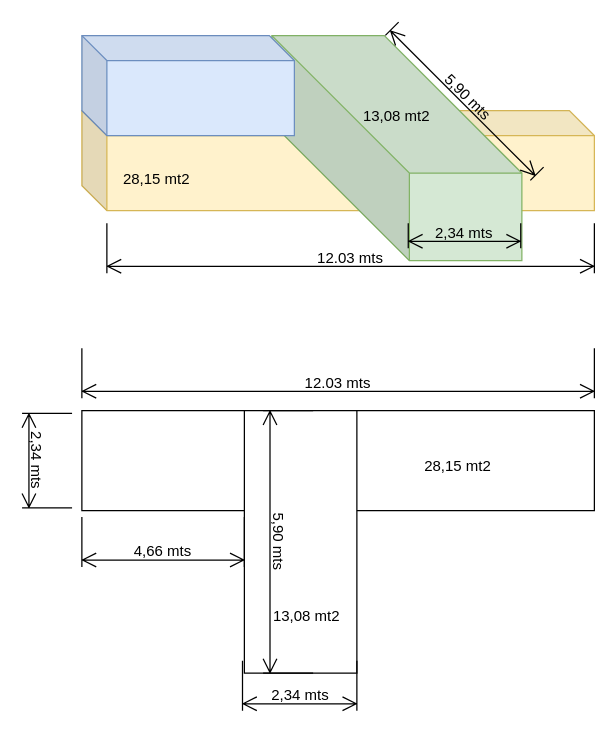
Above: Casa.drawio in lcastrose/architecture (draw.io), before the change. Source tidied: cells renumbered, new cells numbered last; positions are measured from the earlier drawing's top-left corner, leaving out a move shared by most shapes. Both pictures are drawn from the tidied source at 125%, with x=0, y=0 at pixel (-1, 35).
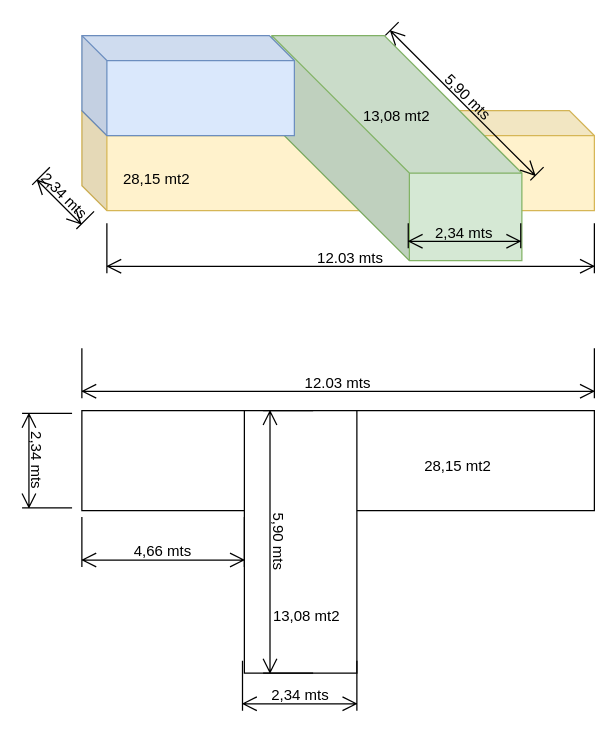
The same diagram, later.

What changed in the source:
```diff
@@
 <mxGraphModel>
   <root>
     <mxCell id="0" />
     <mxCell id="1" parent="0" />
     <mxCell id="2" style="shape=cube;whiteSpace=wrap;html=1;boundedLbl=1;backgroundOutline=1;darkOpacity=0.05;darkOpacity2=0.1;size=20;fillColor=#fff2cc;strokeColor=#d6b656;" parent="1" vertex="1">
       <mxGeometry x="66" y="60" width="410" height="80" as="geometry" />
     </mxCell>
     <mxCell id="3" style="shape=cube;whiteSpace=wrap;html=1;boundedLbl=1;backgroundOutline=1;darkOpacity=0.05;darkOpacity2=0.1;size=110;fillColor=#d5e8d4;strokeColor=#82b366;" parent="1" vertex="1">
       <mxGeometry x="218" width="200" height="180" as="geometry" />
     </mxCell>
     <mxCell id="4" style="rounded=0;whiteSpace=wrap;html=1;" parent="1" vertex="1">
       <mxGeometry x="66" y="300" width="410" height="80" as="geometry" />
     </mxCell>
     <mxCell id="5" style="rounded=0;whiteSpace=wrap;html=1;" parent="1" vertex="1">
       <mxGeometry x="196" y="300" width="90" height="210" as="geometry" />
     </mxCell>
     <mxCell id="6" value="12.03 mts" style="shape=dimension;whiteSpace=wrap;html=1;align=center;verticalAlign=bottom;spacingBottom=3;labelBackgroundColor=none;" parent="1" vertex="1">
       <mxGeometry x="86" y="150" width="390" height="40" as="geometry" />
     </mxCell>
     <mxCell id="7" value="5,90 mts" style="shape=dimension;whiteSpace=wrap;html=1;align=center;verticalAlign=bottom;spacingBottom=3;labelBackgroundColor=none;rotation=45;" parent="1" vertex="1">
       <mxGeometry x="290.1" y="45" width="164" height="15" as="geometry" />
     </mxCell>
     <mxCell id="8" value="2,34 mts" style="shape=dimension;whiteSpace=wrap;html=1;align=center;verticalAlign=bottom;spacingBottom=3;labelBackgroundColor=none;" parent="1" vertex="1">
       <mxGeometry x="327.1" y="150" width="90" height="20" as="geometry" />
     </mxCell>
     <mxCell id="9" value="12.03 mts" style="shape=dimension;whiteSpace=wrap;html=1;align=center;verticalAlign=bottom;spacingBottom=3;labelBackgroundColor=none;" parent="1" vertex="1">
       <mxGeometry x="66" y="250" width="410" height="40" as="geometry" />
     </mxCell>
     <mxCell id="10" value="2,34 mts" style="shape=dimension;whiteSpace=wrap;html=1;align=center;verticalAlign=bottom;spacingBottom=3;labelBackgroundColor=none;" parent="1" vertex="1">
       <mxGeometry x="194.5" y="500" width="91.5" height="40" as="geometry" />
     </mxCell>
     <mxCell id="11" value="2,34 mts" style="shape=dimension;whiteSpace=wrap;html=1;align=center;verticalAlign=bottom;spacingBottom=3;labelBackgroundColor=none;rotation=90;" parent="1" vertex="1">
       <mxGeometry x="0.3" y="320" width="75.7" height="40" as="geometry" />
     </mxCell>
     <mxCell id="12" value="5,90 mts" style="shape=dimension;whiteSpace=wrap;html=1;align=center;verticalAlign=bottom;spacingBottom=3;labelBackgroundColor=none;rotation=90;" parent="1" vertex="1">
       <mxGeometry x="126" y="385" width="210" height="40" as="geometry" />
     </mxCell>
     <mxCell id="13" value="28,15 mt2" style="text;html=1;align=center;verticalAlign=middle;whiteSpace=wrap;rounded=0;" parent="1" vertex="1">
       <mxGeometry x="86" y="100" width="80" height="30" as="geometry" />
     </mxCell>
     <mxCell id="14" value="13,08 mt2" style="text;html=1;align=center;verticalAlign=middle;whiteSpace=wrap;rounded=0;" parent="1" vertex="1">
       <mxGeometry x="278" y="50" width="80" height="30" as="geometry" />
     </mxCell>
     <mxCell id="15" value="13,08 mt2" style="text;html=1;align=center;verticalAlign=middle;whiteSpace=wrap;rounded=0;" parent="1" vertex="1">
       <mxGeometry x="206" y="450" width="80" height="30" as="geometry" />
     </mxCell>
     <mxCell id="16" value="28,15 mt2" style="text;html=1;align=center;verticalAlign=middle;whiteSpace=wrap;rounded=0;" parent="1" vertex="1">
       <mxGeometry x="327.1" y="330" width="80" height="30" as="geometry" />
     </mxCell>
     <mxCell id="17" style="shape=cube;whiteSpace=wrap;html=1;boundedLbl=1;backgroundOutline=1;darkOpacity=0.05;darkOpacity2=0.1;size=20;fillColor=#dae8fc;strokeColor=#6c8ebf;" parent="1" vertex="1">
       <mxGeometry x="66" width="170" height="80" as="geometry" />
     </mxCell>
     <mxCell id="18" value="4,66 mts" style="shape=dimension;whiteSpace=wrap;html=1;align=center;verticalAlign=bottom;spacingBottom=3;labelBackgroundColor=none;" parent="1" vertex="1">
       <mxGeometry x="66" y="385" width="130" height="40" as="geometry" />
     </mxCell>
+    <mxCell id="19" value="2,34 mts" style="shape=dimension;whiteSpace=wrap;html=1;align=center;verticalAlign=bottom;spacingBottom=3;labelBackgroundColor=none;rotation=45;" parent="1" vertex="1">
+      <mxGeometry x="26" y="120" width="50" height="20" as="geometry" />
+    </mxCell>
   </root>
 </mxGraphModel>
```
